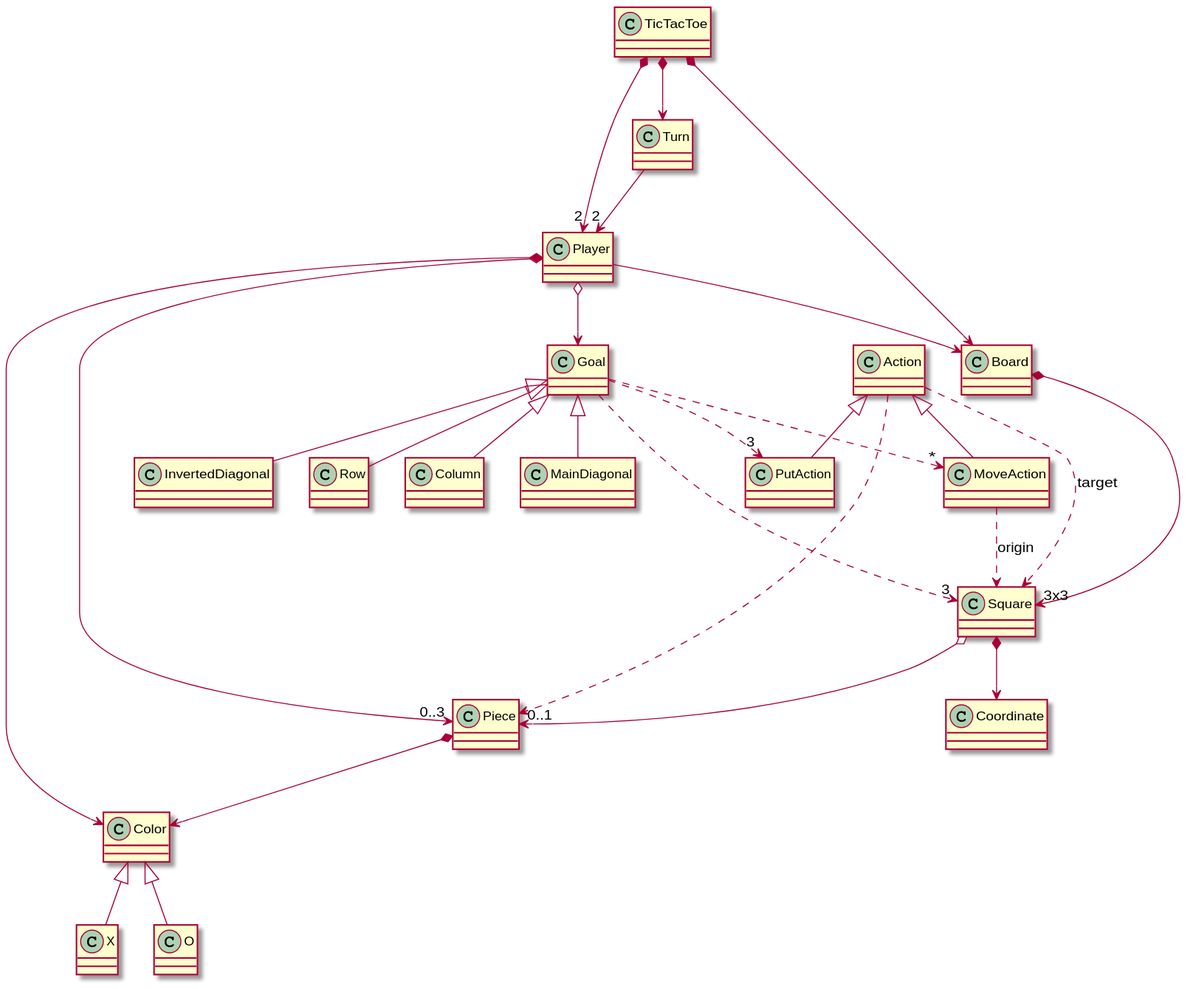
Earlier version of the PlantUML export docs/diagrams/out/modeloDeDominio/Vocabulario.svg (EscuelaIt/tictactoe-master-desarrollo-requirements).
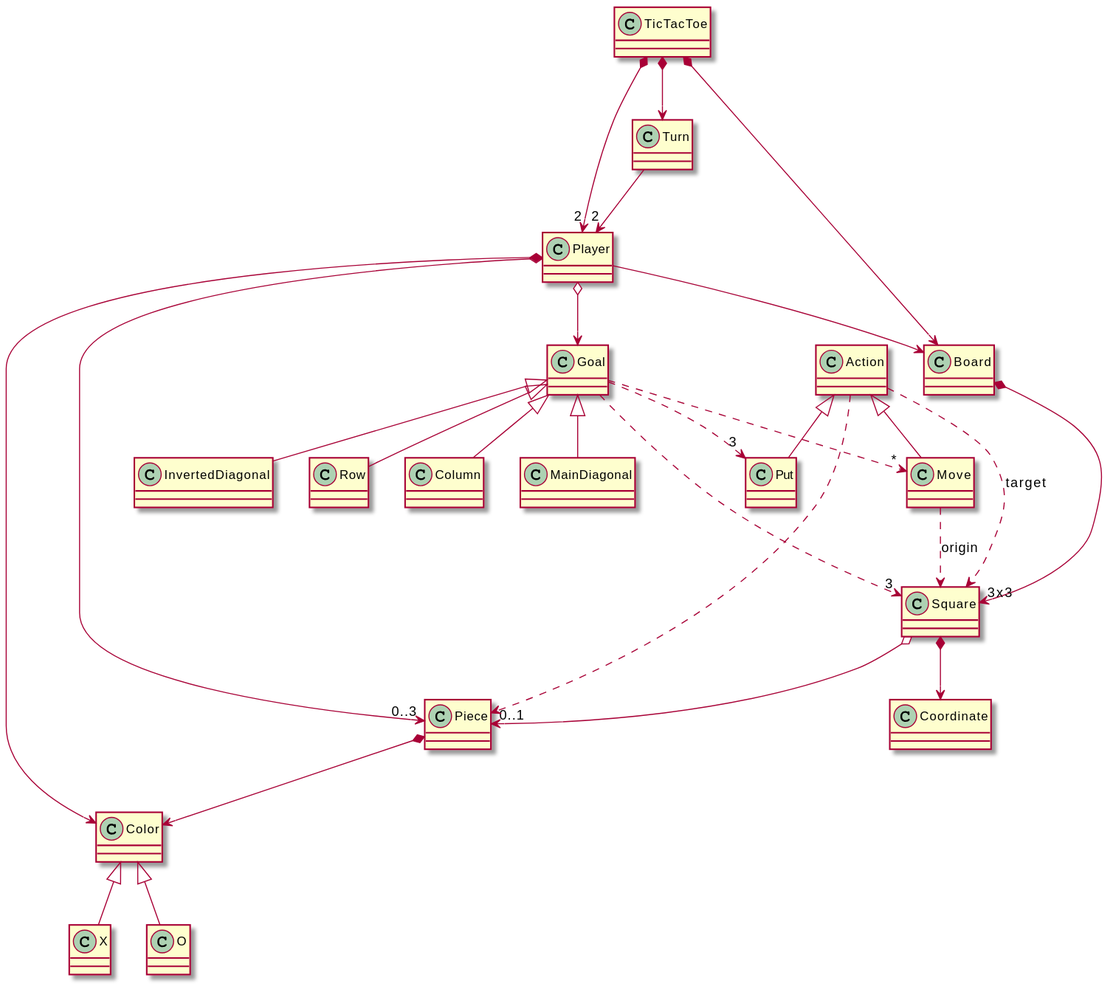
After the commit.

Diff of the diagram source:
```diff
@@ -11,16 +11,16 @@
 Player *-down-> Color
 
 
-Action <|-down- PutAction
-Action <|-down- MoveAction
+Action <|-down- Put
+Action <|-down- Move
 
 Piece *-down-> Color
 
 Color <|-down- X
 Color <|-down- O
 
-Goal ..> "3" PutAction
-Goal ..> "*" MoveAction
+Goal ..> "3" Put
+Goal ..> "*" Move
 Goal ..> "3" Square
 
 Board *-down-> "3x3" Square
@@ -29,7 +29,7 @@
 
 Action .down.> Piece
 Action .down.> Square : target
-MoveAction .down.> Square : origin
+Move .down.> Square : origin
 
 Goal <|-down- Row
 Goal <|-down- Column
```
